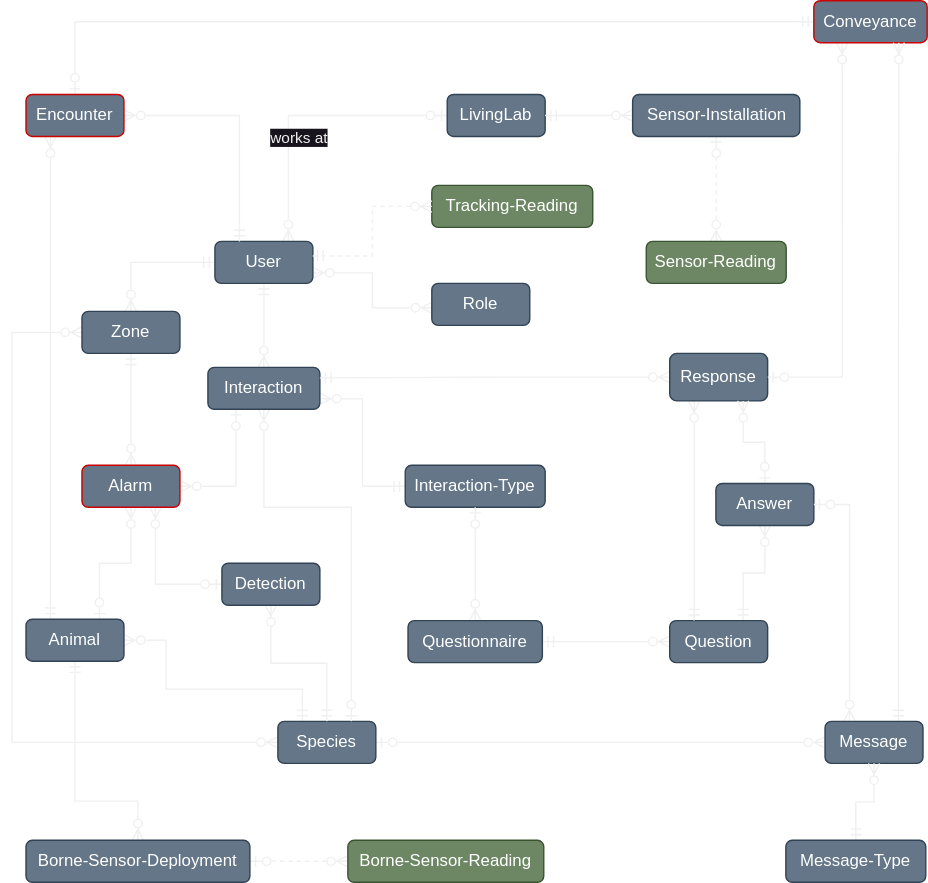
UtrechtUniversity/wildlifenl keeps this draw.io diagram as EntityRelationDiagram.svg. Above is the earlier version. Source tidied: cells renumbered, new cells last; positions are measured from the earlier drawing's top-left corner, leaving out a move shared by most shapes.
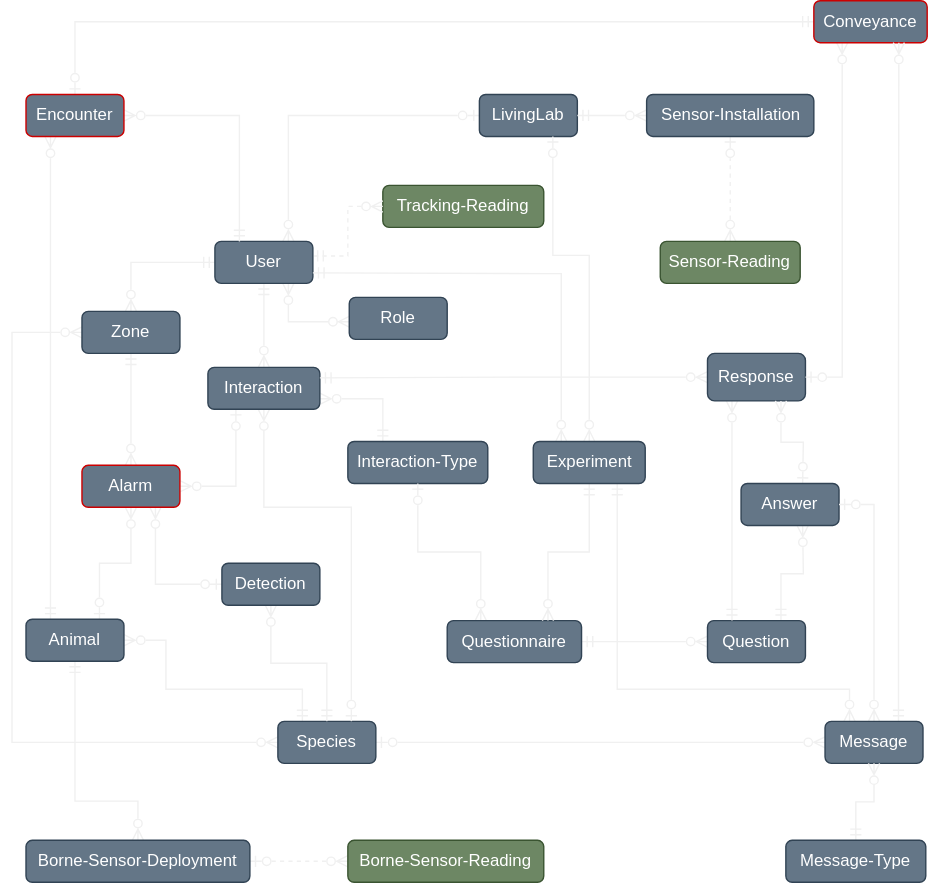
Later version of the same file.

Diff of the diagram source:
```diff
@@ -2,7 +2,7 @@
   <root>
     <mxCell id="0" />
     <mxCell id="1" parent="0" />
-    <mxCell id="2" style="edgeStyle=orthogonalEdgeStyle;rounded=0;jettySize=auto;html=1;entryX=0.005;entryY=0.581;entryDx=0;entryDy=0;startArrow=ERzeroToMany;startFill=0;endArrow=ERzeroToMany;endFill=0;exitX=1;exitY=0.75;exitDx=0;exitDy=0;entryPerimeter=0;" parent="1" edge="1" source="7" target="8">
+    <mxCell id="2" style="edgeStyle=orthogonalEdgeStyle;rounded=0;jettySize=auto;html=1;entryX=0.005;entryY=0.581;entryDx=0;entryDy=0;startArrow=ERzeroToMany;startFill=0;endArrow=ERzeroToMany;endFill=0;exitX=0.75;exitY=1;exitDx=0;exitDy=0;entryPerimeter=0;" parent="1" edge="1" source="7" target="8">
       <mxGeometry relative="1" as="geometry" />
     </mxCell>
     <mxCell id="3" style="edgeStyle=orthogonalEdgeStyle;rounded=0;jettySize=auto;html=1;entryX=0.5;entryY=0;entryDx=0;entryDy=0;endArrow=ERzeroToMany;endFill=0;startArrow=ERmandOne;startFill=0;" parent="1" edge="1" source="7" target="11">
@@ -14,16 +14,11 @@
     <mxCell id="5" style="edgeStyle=orthogonalEdgeStyle;rounded=0;jettySize=auto;html=1;entryX=0;entryY=0.5;entryDx=0;entryDy=0;exitX=0.75;exitY=0;exitDx=0;exitDy=0;endArrow=ERzeroToOne;endFill=0;startArrow=ERzeroToMany;startFill=0;" parent="1" edge="1" source="7" target="12">
       <mxGeometry relative="1" as="geometry" />
     </mxCell>
-    <mxCell id="6" value="works at" style="edgeLabel;html=1;align=center;verticalAlign=middle;" parent="5" vertex="1">
-      <mxGeometry x="0.03" y="-3" relative="1" as="geometry">
-        <mxPoint x="-7" y="12" as="offset" />
-      </mxGeometry>
-    </mxCell>
     <mxCell id="7" value="User" style="rounded=1;whiteSpace=wrap;html=1;fillColor=#647687;fontColor=#ffffff;strokeColor=#314354;" parent="1" vertex="1">
       <mxGeometry x="145" y="172" width="70" height="30" as="geometry" />
     </mxCell>
     <mxCell id="8" value="Role" style="rounded=1;whiteSpace=wrap;html=1;fillColor=#647687;fontColor=#ffffff;strokeColor=#314354;" parent="1" vertex="1">
-      <mxGeometry x="300" y="202" width="70" height="30" as="geometry" />
+      <mxGeometry x="241" y="212" width="70" height="30" as="geometry" />
     </mxCell>
     <mxCell id="9" style="edgeStyle=orthogonalEdgeStyle;rounded=0;jettySize=auto;html=1;entryX=0.5;entryY=0;entryDx=0;entryDy=0;endArrow=ERzeroToMany;endFill=0;startArrow=ERmandOne;startFill=0;" parent="1" edge="1" source="11" target="16">
       <mxGeometry relative="1" as="geometry" />
@@ -40,7 +35,7 @@
       <mxGeometry x="50" y="222" width="70" height="30" as="geometry" />
     </mxCell>
     <mxCell id="12" value="LivingLab" style="rounded=1;whiteSpace=wrap;html=1;fillColor=#647687;fontColor=#ffffff;strokeColor=#314354;" parent="1" vertex="1">
-      <mxGeometry x="311" y="67" width="70" height="30" as="geometry" />
+      <mxGeometry x="334" y="67" width="70" height="30" as="geometry" />
     </mxCell>
     <mxCell id="13" style="edgeStyle=orthogonalEdgeStyle;rounded=0;jettySize=auto;html=1;entryX=0.75;entryY=0;entryDx=0;entryDy=0;endArrow=ERzeroToOne;endFill=0;startArrow=ERzeroToMany;startFill=0;" parent="1" edge="1" source="16" target="21">
       <mxGeometry relative="1" as="geometry" />
@@ -97,23 +92,23 @@
         </Array>
       </mxGeometry>
     </mxCell>
-    <mxCell id="26" style="edgeStyle=orthogonalEdgeStyle;rounded=0;jettySize=auto;html=1;entryX=0;entryY=0.5;entryDx=0;entryDy=0;endArrow=ERmandOne;endFill=0;startArrow=ERzeroToMany;startFill=0;exitX=1;exitY=0.75;exitDx=0;exitDy=0;" parent="1" edge="1" source="27" target="28">
+    <mxCell id="26" style="edgeStyle=orthogonalEdgeStyle;rounded=0;jettySize=auto;html=1;entryX=0.25;entryY=0;entryDx=0;entryDy=0;endArrow=ERmandOne;endFill=0;startArrow=ERzeroToMany;startFill=0;exitX=1;exitY=0.75;exitDx=0;exitDy=0;" parent="1" edge="1" source="27" target="28">
       <mxGeometry relative="1" as="geometry" />
     </mxCell>
     <mxCell id="27" value="Interaction" style="rounded=1;whiteSpace=wrap;html=1;fillColor=#647687;fontColor=#ffffff;strokeColor=#314354;" parent="1" vertex="1">
       <mxGeometry x="140" y="262" width="80" height="30" as="geometry" />
     </mxCell>
     <mxCell id="28" value="Interaction-Type" style="rounded=1;whiteSpace=wrap;html=1;fillColor=#647687;fontColor=#ffffff;strokeColor=#314354;" parent="1" vertex="1">
-      <mxGeometry x="281" y="332" width="100" height="30" as="geometry" />
+      <mxGeometry x="240" y="315" width="100" height="30" as="geometry" />
     </mxCell>
-    <mxCell id="29" style="edgeStyle=orthogonalEdgeStyle;rounded=0;jettySize=auto;html=1;entryX=0.5;entryY=1;entryDx=0;entryDy=0;endArrow=ERzeroToOne;endFill=0;startArrow=ERzeroToMany;startFill=0;" parent="1" edge="1" source="31" target="28">
+    <mxCell id="29" style="edgeStyle=orthogonalEdgeStyle;rounded=0;jettySize=auto;html=1;entryX=0.5;entryY=1;entryDx=0;entryDy=0;endArrow=ERzeroToOne;endFill=0;startArrow=ERzeroToMany;startFill=0;exitX=0.25;exitY=0;exitDx=0;exitDy=0;" parent="1" edge="1" source="31" target="28">
       <mxGeometry relative="1" as="geometry" />
     </mxCell>
     <mxCell id="30" style="edgeStyle=orthogonalEdgeStyle;rounded=0;jettySize=auto;html=1;entryX=0;entryY=0.5;entryDx=0;entryDy=0;endArrow=ERzeroToMany;endFill=0;startArrow=ERmandOne;startFill=0;" parent="1" edge="1" source="31" target="36">
       <mxGeometry relative="1" as="geometry" />
     </mxCell>
     <mxCell id="31" value="Questionnaire" style="rounded=1;whiteSpace=wrap;html=1;fillColor=#647687;fontColor=#ffffff;strokeColor=#314354;" parent="1" vertex="1">
-      <mxGeometry x="283" y="443" width="96" height="30" as="geometry" />
+      <mxGeometry x="311" y="443" width="96" height="30" as="geometry" />
     </mxCell>
     <mxCell id="32" style="edgeStyle=orthogonalEdgeStyle;rounded=0;jettySize=auto;html=1;entryX=0;entryY=0.5;entryDx=0;entryDy=0;endArrow=ERzeroToMany;endFill=0;startArrow=ERmandOne;startFill=0;exitX=1;exitY=0.5;exitDx=0;exitDy=0;" parent="1" edge="1" source="12" target="53">
       <mxGeometry relative="1" as="geometry" />
@@ -122,13 +117,15 @@
       <mxGeometry relative="1" as="geometry" />
     </mxCell>
     <mxCell id="34" value="Sensor-Reading" style="rounded=1;whiteSpace=wrap;html=1;fillColor=#6d8764;strokeColor=#3A5431;fontColor=#ffffff;" parent="1" vertex="1">
-      <mxGeometry x="453.2" y="172" width="100" height="30" as="geometry" />
+      <mxGeometry x="463.2" y="172" width="100" height="30" as="geometry" />
     </mxCell>
-    <mxCell id="35" style="edgeStyle=orthogonalEdgeStyle;rounded=0;jettySize=auto;html=1;entryX=0.5;entryY=1;entryDx=0;entryDy=0;endArrow=ERzeroToMany;endFill=0;startArrow=ERmandOne;startFill=0;exitX=0.75;exitY=0;exitDx=0;exitDy=0;" parent="1" edge="1" source="36" target="41">
-      <mxGeometry relative="1" as="geometry" />
+    <mxCell id="35" style="edgeStyle=orthogonalEdgeStyle;rounded=0;jettySize=auto;html=1;entryX=0.5;entryY=1;entryDx=0;entryDy=0;endArrow=ERzeroToMany;endFill=0;startArrow=ERmandOne;startFill=0;exitX=0.75;exitY=0;exitDx=0;exitDy=0;" parent="1" edge="1" source="36">
+      <mxGeometry relative="1" as="geometry">
+        <mxPoint x="565" y="375" as="targetPoint" />
+      </mxGeometry>
     </mxCell>
     <mxCell id="36" value="Question" style="rounded=1;whiteSpace=wrap;html=1;fillColor=#647687;fontColor=#ffffff;strokeColor=#314354;" parent="1" vertex="1">
-      <mxGeometry x="470" y="443" width="70" height="30" as="geometry" />
+      <mxGeometry x="497" y="443" width="70" height="30" as="geometry" />
     </mxCell>
     <mxCell id="37" style="edgeStyle=orthogonalEdgeStyle;rounded=0;jettySize=auto;html=1;entryX=1;entryY=0.25;entryDx=0;entryDy=0;endArrow=ERmandOne;endFill=0;startArrow=ERzeroToMany;startFill=0;" parent="1" edge="1" source="39" target="27">
       <mxGeometry relative="1" as="geometry" />
@@ -137,13 +134,15 @@
       <mxGeometry relative="1" as="geometry" />
     </mxCell>
     <mxCell id="39" value="Response" style="rounded=1;whiteSpace=wrap;html=1;fillColor=#647687;fontColor=#ffffff;strokeColor=#314354;" parent="1" vertex="1">
-      <mxGeometry x="470" y="252" width="70" height="34" as="geometry" />
+      <mxGeometry x="497" y="252" width="70" height="34" as="geometry" />
     </mxCell>
-    <mxCell id="40" style="edgeStyle=orthogonalEdgeStyle;rounded=0;jettySize=auto;html=1;entryX=0.75;entryY=1;entryDx=0;entryDy=0;endArrow=ERzeroToMany;endFill=0;startArrow=ERzeroToOne;startFill=0;" parent="1" edge="1" source="41" target="39">
-      <mxGeometry relative="1" as="geometry" />
+    <mxCell id="40" style="edgeStyle=orthogonalEdgeStyle;rounded=0;jettySize=auto;html=1;entryX=0.75;entryY=1;entryDx=0;entryDy=0;endArrow=ERzeroToMany;endFill=0;startArrow=ERzeroToOne;startFill=0;" parent="1" edge="1" target="39">
+      <mxGeometry relative="1" as="geometry">
+        <mxPoint x="565" y="345" as="sourcePoint" />
+      </mxGeometry>
     </mxCell>
     <mxCell id="41" value="Answer" style="rounded=1;whiteSpace=wrap;html=1;fillColor=#647687;fontColor=#ffffff;strokeColor=#314354;" parent="1" vertex="1">
-      <mxGeometry x="503" y="345" width="70" height="30" as="geometry" />
+      <mxGeometry x="521" y="345" width="70" height="30" as="geometry" />
     </mxCell>
     <mxCell id="42" style="edgeStyle=orthogonalEdgeStyle;rounded=0;jettySize=auto;html=1;entryX=0.25;entryY=0;entryDx=0;entryDy=0;endArrow=ERmandOne;endFill=0;startArrow=ERzeroToMany;startFill=0;" parent="1" edge="1" source="44" target="7">
       <mxGeometry relative="1" as="geometry" />
@@ -160,12 +159,20 @@
     <mxCell id="46" value="Conveyance" style="rounded=1;whiteSpace=wrap;html=1;fillColor=#647687;fontColor=#ffffff;strokeColor=#CC0000;" parent="1" vertex="1">
       <mxGeometry x="573" width="81" height="30" as="geometry" />
     </mxCell>
-    <mxCell id="47" style="edgeStyle=orthogonalEdgeStyle;rounded=0;jettySize=auto;html=1;entryX=1;entryY=0.5;entryDx=0;entryDy=0;exitX=0.25;exitY=0;exitDx=0;exitDy=0;endArrow=ERzeroToOne;endFill=0;startArrow=ERzeroToMany;startFill=0;" parent="1" edge="1" source="49" target="41">
+    <mxCell id="47" style="edgeStyle=orthogonalEdgeStyle;rounded=0;jettySize=auto;html=1;entryX=1;entryY=0.5;entryDx=0;entryDy=0;exitX=0.5;exitY=0;exitDx=0;exitDy=0;endArrow=ERzeroToOne;endFill=0;startArrow=ERzeroToMany;startFill=0;" parent="1" edge="1" source="49" target="41">
       <mxGeometry relative="1" as="geometry" />
     </mxCell>
     <mxCell id="48" style="edgeStyle=orthogonalEdgeStyle;rounded=0;jettySize=auto;html=1;entryX=0.75;entryY=1;entryDx=0;entryDy=0;startArrow=ERmandOne;startFill=0;endArrow=ERzeroToMany;endFill=0;exitX=0.75;exitY=0;exitDx=0;exitDy=0;" parent="1" edge="1" source="49" target="46">
       <mxGeometry relative="1" as="geometry" />
     </mxCell>
+    <mxCell id="58" style="edgeStyle=orthogonalEdgeStyle;rounded=0;jettySize=auto;html=1;entryX=0.75;entryY=1;entryDx=0;entryDy=0;exitX=0.25;exitY=0;exitDx=0;exitDy=0;endArrow=ERmandOne;endFill=0;startArrow=ERzeroToMany;startFill=0;" parent="1" edge="1" source="49" target="62">
+      <mxGeometry relative="1" as="geometry">
+        <Array as="points">
+          <mxPoint x="599" y="492" />
+          <mxPoint x="433" y="492" />
+        </Array>
+      </mxGeometry>
+    </mxCell>
     <mxCell id="49" value="Message" style="rounded=1;whiteSpace=wrap;html=1;fillColor=#647687;fontColor=#ffffff;strokeColor=#314354;" parent="1" vertex="1">
       <mxGeometry x="581" y="515" width="70" height="30" as="geometry" />
     </mxCell>
@@ -179,10 +186,10 @@
       <mxGeometry x="10" y="600" width="160" height="30" as="geometry" />
     </mxCell>
     <mxCell id="53" value="Sensor-Installation" style="rounded=1;whiteSpace=wrap;html=1;fillColor=#647687;fontColor=#ffffff;strokeColor=#314354;" parent="1" vertex="1">
-      <mxGeometry x="443.5" y="67" width="119.5" height="30" as="geometry" />
+      <mxGeometry x="453.5" y="67" width="119.5" height="30" as="geometry" />
     </mxCell>
     <mxCell id="54" value="Tracking-Reading" style="rounded=1;whiteSpace=wrap;html=1;fillColor=#6d8764;strokeColor=#3A5431;fontColor=#ffffff;" parent="1" vertex="1">
-      <mxGeometry x="300" y="132" width="115" height="30" as="geometry" />
+      <mxGeometry x="265" y="132" width="115" height="30" as="geometry" />
     </mxCell>
     <mxCell id="55" style="edgeStyle=orthogonalEdgeStyle;rounded=0;jettySize=auto;html=1;entryX=0.992;entryY=0.347;entryDx=0;entryDy=0;entryPerimeter=0;endArrow=ERmandOne;endFill=0;startArrow=ERzeroToMany;startFill=0;dashed=1;" parent="1" edge="1" source="54" target="7">
       <mxGeometry relative="1" as="geometry" />
@@ -193,5 +200,27 @@
     <mxCell id="57" value="Detection" style="rounded=1;whiteSpace=wrap;html=1;fillColor=#647687;fontColor=#ffffff;strokeColor=#314354;" parent="1" vertex="1">
       <mxGeometry x="150" y="402" width="70" height="30" as="geometry" />
     </mxCell>
+    <mxCell id="59" style="edgeStyle=orthogonalEdgeStyle;rounded=0;jettySize=auto;html=1;entryX=0.75;entryY=0;entryDx=0;entryDy=0;endArrow=ERzeroToMany;endFill=0;startArrow=ERmandOne;startFill=0;" parent="1" edge="1" source="62" target="31">
+      <mxGeometry relative="1" as="geometry" />
+    </mxCell>
+    <mxCell id="60" style="edgeStyle=orthogonalEdgeStyle;rounded=0;jettySize=auto;html=1;entryX=0.75;entryY=1;entryDx=0;entryDy=0;endArrow=ERzeroToOne;endFill=0;startArrow=ERzeroToMany;startFill=0;exitX=0.5;exitY=0;exitDx=0;exitDy=0;" parent="1" edge="1" source="62" target="12">
+      <mxGeometry relative="1" as="geometry">
+        <Array as="points">
+          <mxPoint x="413" y="182" />
+          <mxPoint x="387" y="182" />
+        </Array>
+      </mxGeometry>
+    </mxCell>
+    <mxCell id="61" style="edgeStyle=orthogonalEdgeStyle;rounded=0;jettySize=auto;html=1;entryX=1;entryY=0.75;entryDx=0;entryDy=0;exitX=0.25;exitY=0;exitDx=0;exitDy=0;endArrow=ERmandOne;endFill=0;startArrow=ERzeroToMany;startFill=0;" parent="1" edge="1" source="62" target="7">
+      <mxGeometry relative="1" as="geometry">
+        <Array as="points">
+          <mxPoint x="384" y="195" />
+          <mxPoint x="340" y="195" />
+        </Array>
+      </mxGeometry>
+    </mxCell>
+    <mxCell id="62" value="Experiment" style="rounded=1;whiteSpace=wrap;html=1;fillColor=#647687;fontColor=#ffffff;strokeColor=#314354;" parent="1" vertex="1">
+      <mxGeometry x="372.5" y="315" width="80" height="30" as="geometry" />
+    </mxCell>
   </root>
 </mxGraphModel>
```
